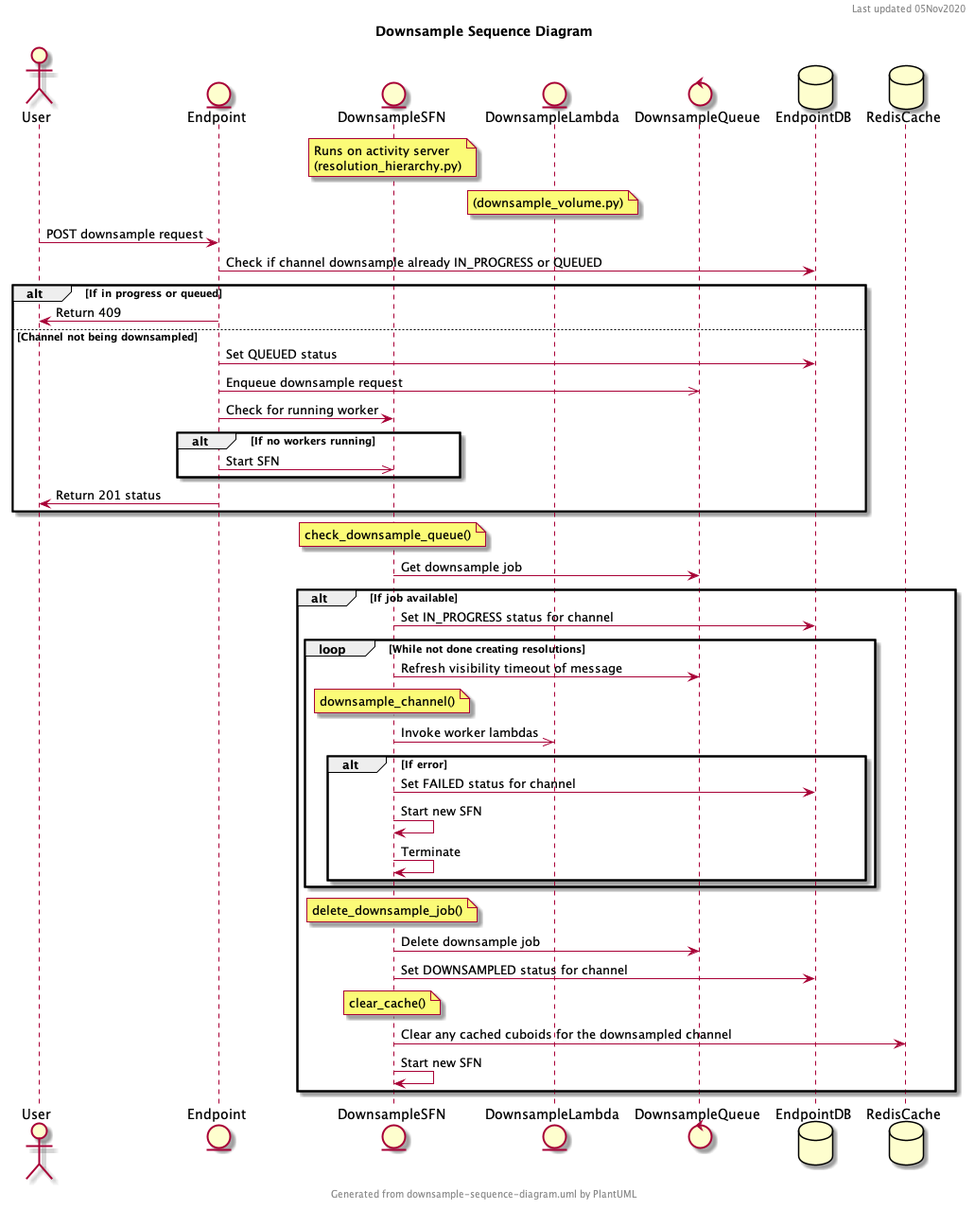
Above: docs/downsample/downsample-sequence-diagram.png in jhuapl-boss/boss-manage (PlantUML), before the change.
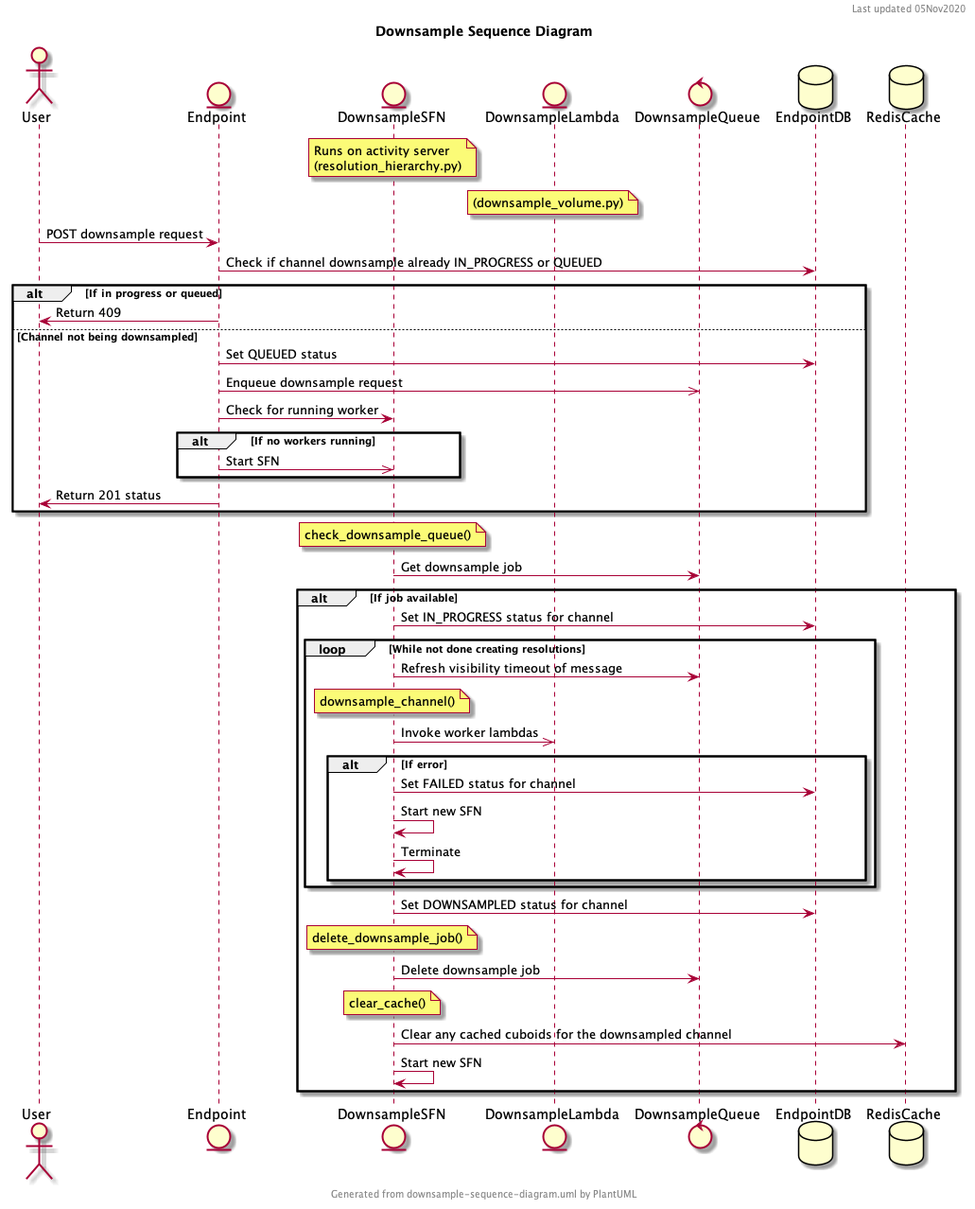
The same diagram one commit later.

Commit message:
Move when DOWNSAMPLED status set.

Set the status in the DB before removing the job from SQS.

Diff of the diagram source:
```diff
@@ -42,9 +42,9 @@
             DS->DS: Terminate
         end
     end
+    DS->DB: Set DOWNSAMPLED status for channel
     note over DS: delete_downsample_job()
     DS->DQ: Delete downsample job
-    DS->DB: Set DOWNSAMPLED status for channel
     note over DS: clear_cache()
     DS->RC: Clear any cached cuboids for the downsampled channel
     DS->DS: Start new SFN
```
